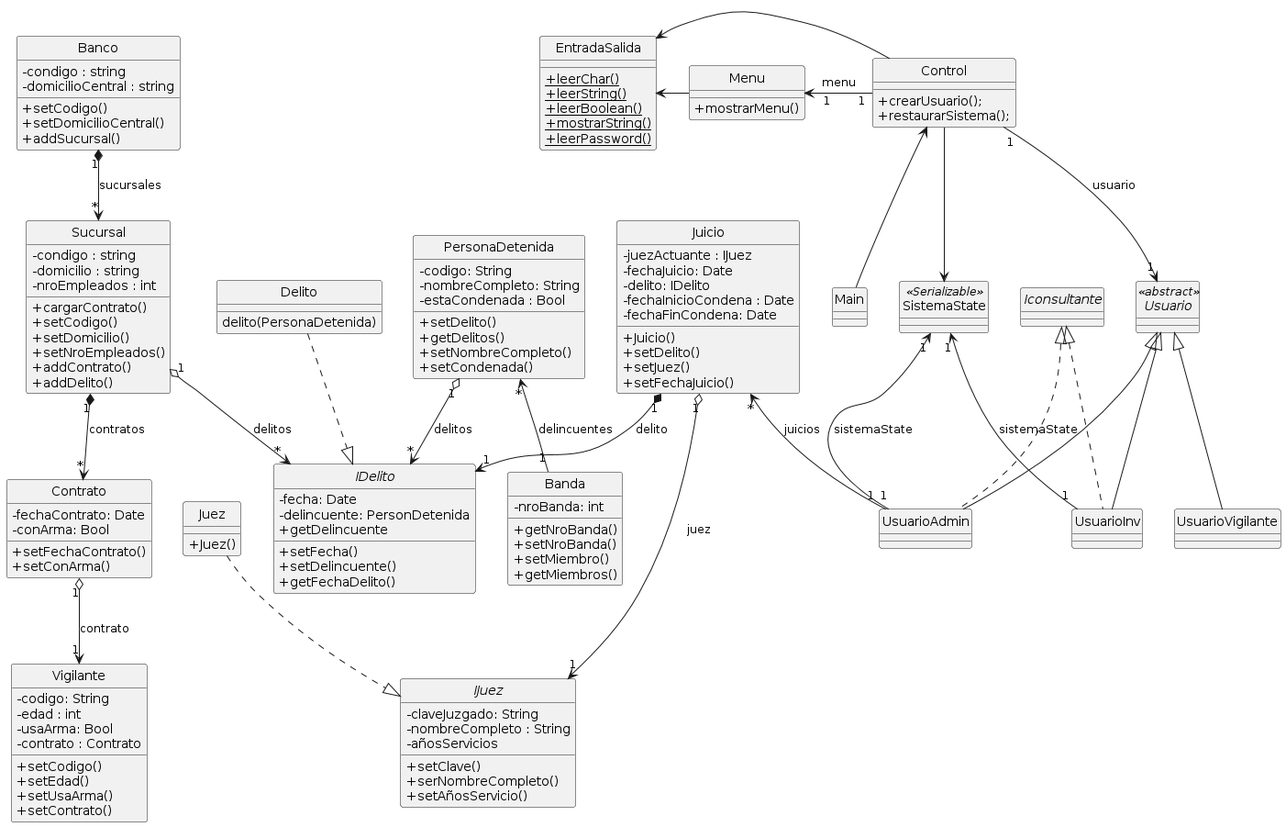
IMettaINSPT/1ParcialP2 keeps this PlantUML diagram as Documentacion/D1.DiagramaClasesVGeneral.png. Above is the earlier version. The source it was exported from:
```plantuml
@startuml
hide circle
skinparam classAttributeIconSize 0


 class Banco{
 -condigo : string
 -domicilioCentral : string
 +setCodigo()
 +setDomicilioCentral()
 +addSucursal()
}

class Sucursal{
 -condigo : string
 -domicilio : string
 -nroEmpleados : int
 +cargarContrato()
 +setCodigo()
 +setDomicilio()
 +setNroEmpleados()
 +addContrato()
 +addDelito()
}

class Vigilante{
 -codigo: String
 -edad : int
 -usaArma: Bool
 -contrato : Contrato
+setCodigo()
+setEdad()
+setUsaArma()
+setContrato()
}

class Contrato{
 -fechaContrato: Date
 -conArma: Bool
 +setFechaContrato()
 +setConArma()
}

interface IDelito{
 -fecha: Date
 -delincuente: PersonDetenida
 +setFecha()
 +setDelincuente()
 +getDelincuente
 +getFechaDelito()
}

class Delito{
  delito(PersonaDetenida)
}

class PersonaDetenida{
 -codigo: String
 -nombreCompleto: String
 -estaCondenada : Bool
 +setDelito()
 +getDelitos()
 +setNombreCompleto()
 +setCondenada()
}

class Banda{
 -nroBanda: int
 +getNroBanda()
 +setNroBanda()
 +setMiembro()
 +getMiembros()
}

interface  IJuez{
-claveJuzgado: String
-nombreCompleto : String
-añosServicios
+setClave()
+serNombreCompleto()
+setAñosServicio()
}

class Juez{
 + Juez()
}
class Juicio{
-juezActuante : IJuez
-fechaJuicio: Date
-delito: IDelito
-fechaInicioCondena : Date
-fechaFinCondena: Date
+Juicio()
+setDelito()
+setJuez()
+setFechaJuicio()
}

abstract class Usuario <<abstract>>{

}

interface Iconsultante{}

class Main{
}

class Menu{
 +mostrarMenu()
}


class SistemaState <<Serializable>>{}
static class EntradaSalida{

 + {static} leerChar()
 + {static} leerString()
 + {static} leerBoolean()
 + {static} mostrarString()
 + {static} leerPassword()

}
class Control{

   +crearUsuario();
   +restaurarSistema();

}
Control "1" -> "1" Usuario : usuario
Control <--Main
Menu "   1 " <- "     1" Control: menu
EntradaSalida <-Menu
EntradaSalida <-Control
Control --> SistemaState
SistemaState "1"<-- "1" UsuarioAdmin :sistemaState
SistemaState "1"<-- "1" UsuarioInv:sistemaState
Delito ..|> IDelito
Sucursal "1" o--> "*" IDelito : delitos
Sucursal "1" *--> "*" Contrato : contratos
PersonaDetenida "*" <-- "1" Banda : delincuentes
PersonaDetenida "1" o--> "*" IDelito : delitos
Contrato "1" o--> "1" Vigilante : contrato
Juez ..|>IJuez
Juicio "1" o---> "1" IJuez : juez
Juicio "1" *--> "1" IDelito : delito
Juicio "*" <-- "1" UsuarioAdmin :juicios
Banco "1" *--> "*" Sucursal: sucursales
Usuario <|-- UsuarioAdmin
Usuario <|-- UsuarioInv
Usuario <|-- UsuarioVigilante
Iconsultante <|.. UsuarioAdmin
Iconsultante <|.. UsuarioInv
@enduml
```
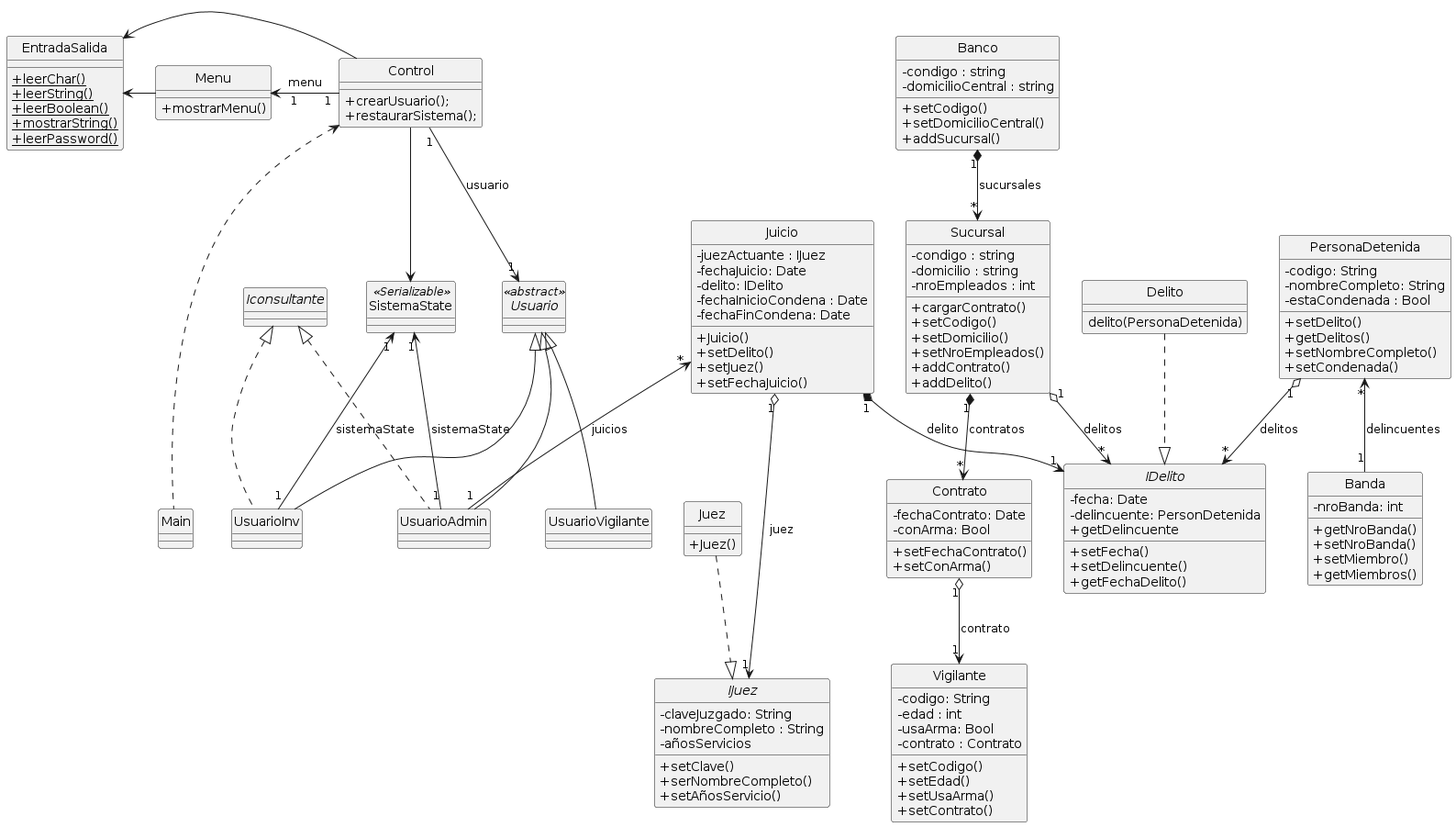
Later version of the same file.

Diff of the diagram source:
```diff
@@ -127,7 +127,7 @@
 
 }
 Control "1" -> "1" Usuario : usuario
-Control <--Main
+Control <...Main
 Menu "   1 " <- "     1" Control: menu
 EntradaSalida <-Menu
 EntradaSalida <-Control
```
